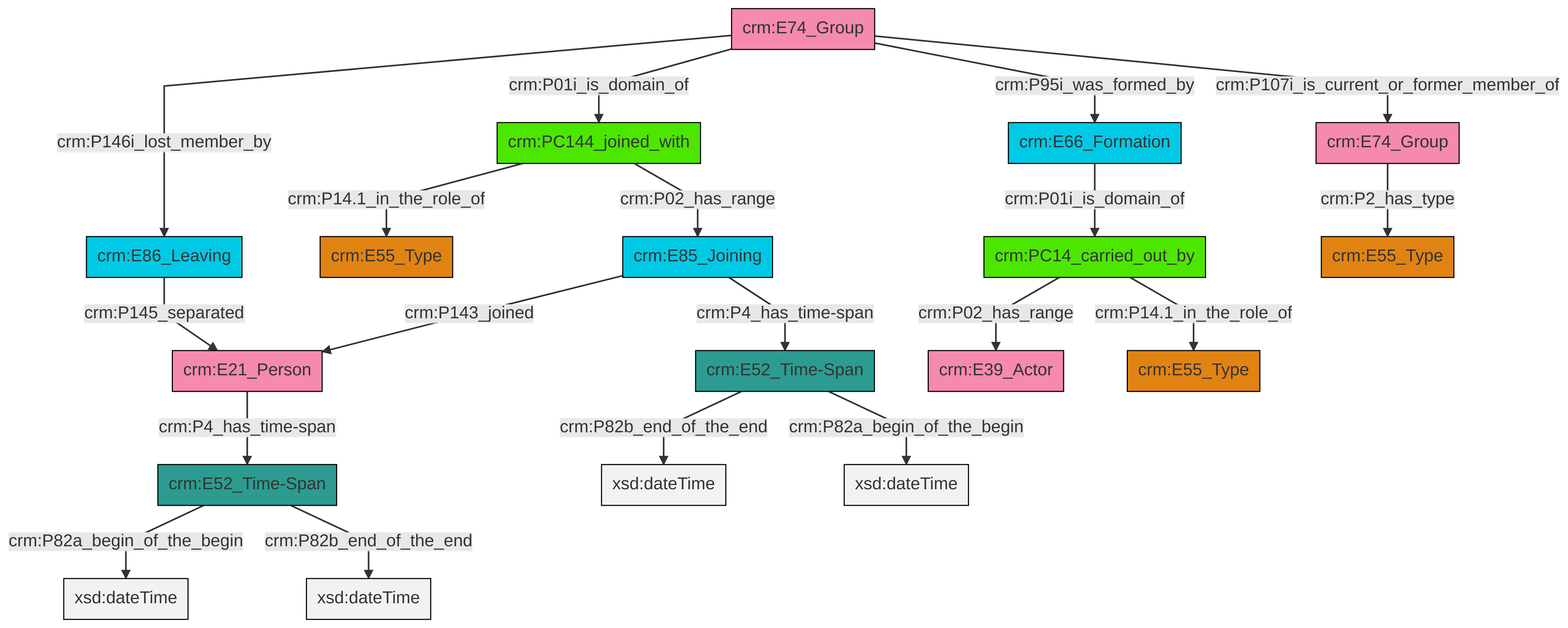
Above: et/groupCSV/ttl/mmd/png/group_actor_relations.png in swiss-art-research-net/reference-data-models (Mermaid), before the change. Its source is kept beside it as et/groupCSV/ttl/mmd/group_actor_relations.ttl.mmd.
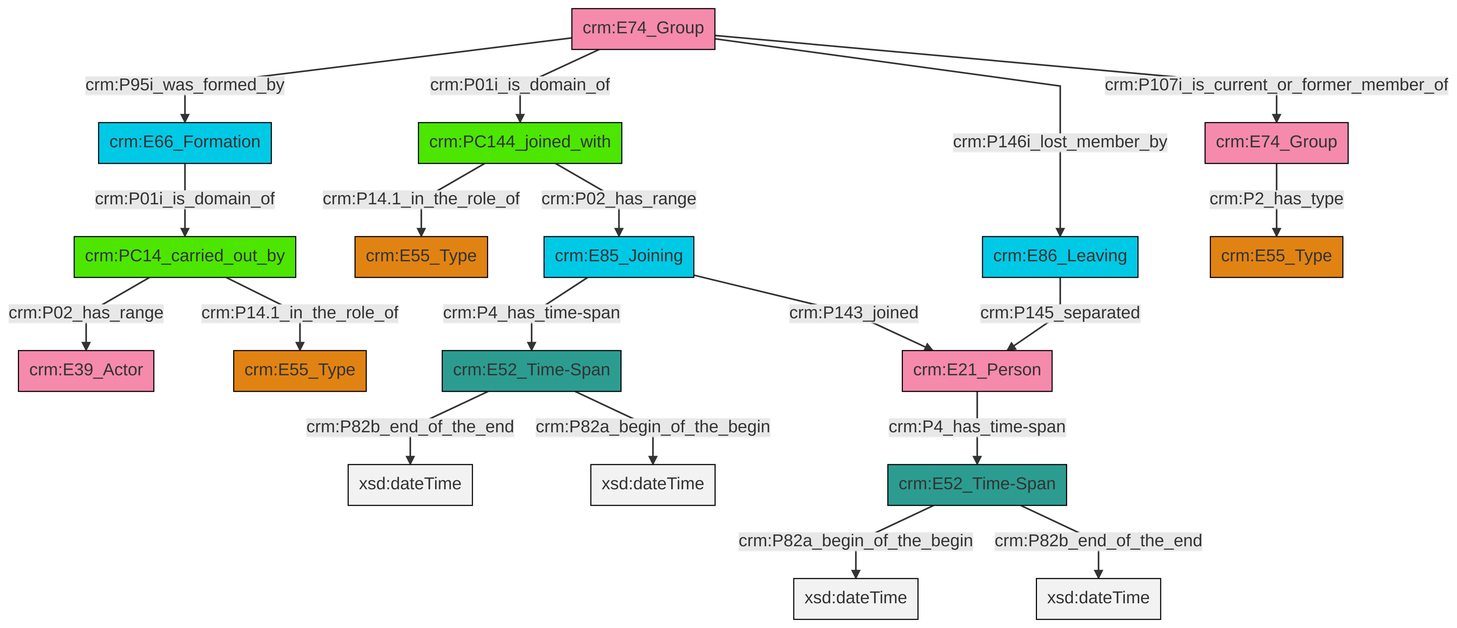
After the commit.

Change to the diagram source:
```diff
@@ -13,21 +13,21 @@
 classDef PC_Classes fill:#4ce600, stroke:#000000;
 classDef Multi fill:#cccccc,stroke:#000000;
 
-2["crm:E52_Time-Span"]:::Time-Span -->|crm:P82b_end_of_the_end| 3[xsd:dateTime]:::Literal
-4["crm:E85_Joining"]:::Temporal_Entity -->|crm:P143_joined| 5["crm:E21_Person"]:::Actor
-6["crm:E74_Group"]:::Actor -->|crm:P146i_lost_member_by| 7["crm:E86_Leaving"]:::Temporal_Entity
-10["crm:PC14_carried_out_by"]:::PC_Classes -->|crm:P02_has_range| 11["crm:E39_Actor"]:::Actor
-10["crm:PC14_carried_out_by"]:::PC_Classes -->|crm:P14.1_in_the_role_of| 8["crm:E55_Type"]:::Type
-15["crm:E66_Formation"]:::Temporal_Entity -->|crm:P01i_is_domain_of| 10["crm:PC14_carried_out_by"]:::PC_Classes
-6["crm:E74_Group"]:::Actor -->|crm:P01i_is_domain_of| 18["crm:PC144_joined_with"]:::PC_Classes
-21["crm:E52_Time-Span"]:::Time-Span -->|crm:P82a_begin_of_the_begin| 22[xsd:dateTime]:::Literal
-6["crm:E74_Group"]:::Actor -->|crm:P95i_was_formed_by| 15["crm:E66_Formation"]:::Temporal_Entity
-4["crm:E85_Joining"]:::Temporal_Entity -->|crm:P4_has_time-span| 2["crm:E52_Time-Span"]:::Time-Span
-2["crm:E52_Time-Span"]:::Time-Span -->|crm:P82a_begin_of_the_begin| 26[xsd:dateTime]:::Literal
-18["crm:PC144_joined_with"]:::PC_Classes -->|crm:P14.1_in_the_role_of| 0["crm:E55_Type"]:::Type
-18["crm:PC144_joined_with"]:::PC_Classes -->|crm:P02_has_range| 4["crm:E85_Joining"]:::Temporal_Entity
-6["crm:E74_Group"]:::Actor -->|crm:P107i_is_current_or_former_member_of| 29["crm:E74_Group"]:::Actor
-29["crm:E74_Group"]:::Actor -->|crm:P2_has_type| 13["crm:E55_Type"]:::Type
-21["crm:E52_Time-Span"]:::Time-Span -->|crm:P82b_end_of_the_end| 34[xsd:dateTime]:::Literal
-7["crm:E86_Leaving"]:::Temporal_Entity -->|crm:P145_separated| 5["crm:E21_Person"]:::Actor
-5["crm:E21_Person"]:::Actor -->|crm:P4_has_time-span| 21["crm:E52_Time-Span"]:::Time-Span
+0["crm:E74_Group"]:::Actor -->|crm:P2_has_type| 1["crm:E55_Type"]:::Type
+2["crm:E74_Group"]:::Actor -->|crm:P95i_was_formed_by| 3["crm:E66_Formation"]:::Temporal_Entity
+3["crm:E66_Formation"]:::Temporal_Entity -->|crm:P01i_is_domain_of| 6["crm:PC14_carried_out_by"]:::PC_Classes
+7["crm:E52_Time-Span"]:::Time-Span -->|crm:P82b_end_of_the_end| 8[xsd:dateTime]:::Literal
+9["crm:E52_Time-Span"]:::Time-Span -->|crm:P82a_begin_of_the_begin| 10[xsd:dateTime]:::Literal
+13["crm:PC144_joined_with"]:::PC_Classes -->|crm:P14.1_in_the_role_of| 4["crm:E55_Type"]:::Type
+6["crm:PC14_carried_out_by"]:::PC_Classes -->|crm:P02_has_range| 17["crm:E39_Actor"]:::Actor
+7["crm:E52_Time-Span"]:::Time-Span -->|crm:P82a_begin_of_the_begin| 20[xsd:dateTime]:::Literal
+9["crm:E52_Time-Span"]:::Time-Span -->|crm:P82b_end_of_the_end| 21[xsd:dateTime]:::Literal
+6["crm:PC14_carried_out_by"]:::PC_Classes -->|crm:P14.1_in_the_role_of| 11["crm:E55_Type"]:::Type
+2["crm:E74_Group"]:::Actor -->|crm:P01i_is_domain_of| 13["crm:PC144_joined_with"]:::PC_Classes
+13["crm:PC144_joined_with"]:::PC_Classes -->|crm:P02_has_range| 24["crm:E85_Joining"]:::Temporal_Entity
+24["crm:E85_Joining"]:::Temporal_Entity -->|crm:P4_has_time-span| 7["crm:E52_Time-Span"]:::Time-Span
+25["crm:E21_Person"]:::Actor -->|crm:P4_has_time-span| 9["crm:E52_Time-Span"]:::Time-Span
+28["crm:E86_Leaving"]:::Temporal_Entity -->|crm:P145_separated| 25["crm:E21_Person"]:::Actor
+2["crm:E74_Group"]:::Actor -->|crm:P146i_lost_member_by| 28["crm:E86_Leaving"]:::Temporal_Entity
+2["crm:E74_Group"]:::Actor -->|crm:P107i_is_current_or_former_member_of| 0["crm:E74_Group"]:::Actor
+24["crm:E85_Joining"]:::Temporal_Entity -->|crm:P143_joined| 25["crm:E21_Person"]:::Actor
```
